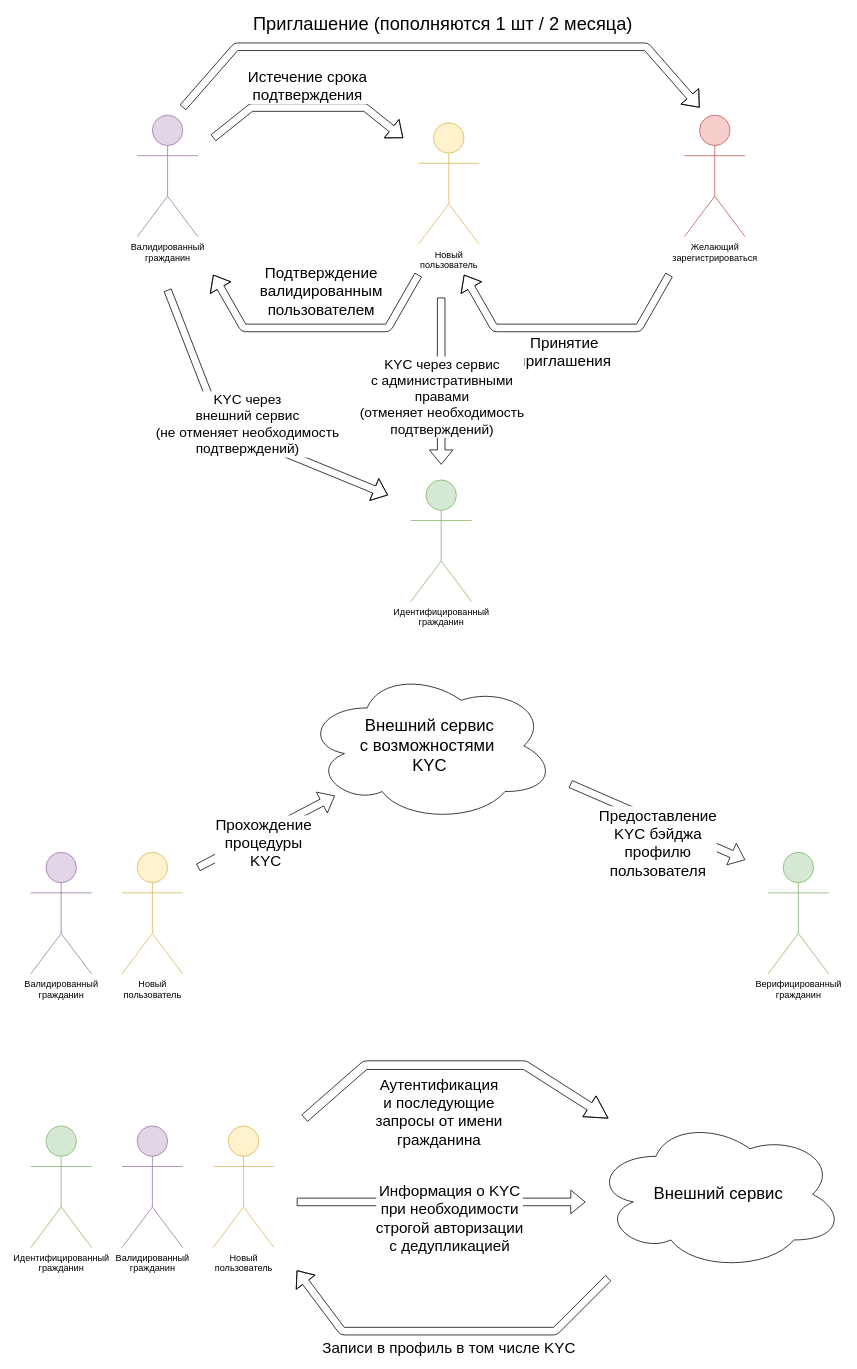
markvandal/ds.info keeps this draw.io diagram as page "How it works" (5 of 7) of architecture/crdesign.drawio. Above is the earlier version. Source tidied: cells renumbered, new cells numbered last; positions are measured from the earlier drawing's top-left corner, leaving out a move shared by most shapes. Both pictures are drawn from the tidied source at 76%, with x=0, y=0 at pixel (30, 46).
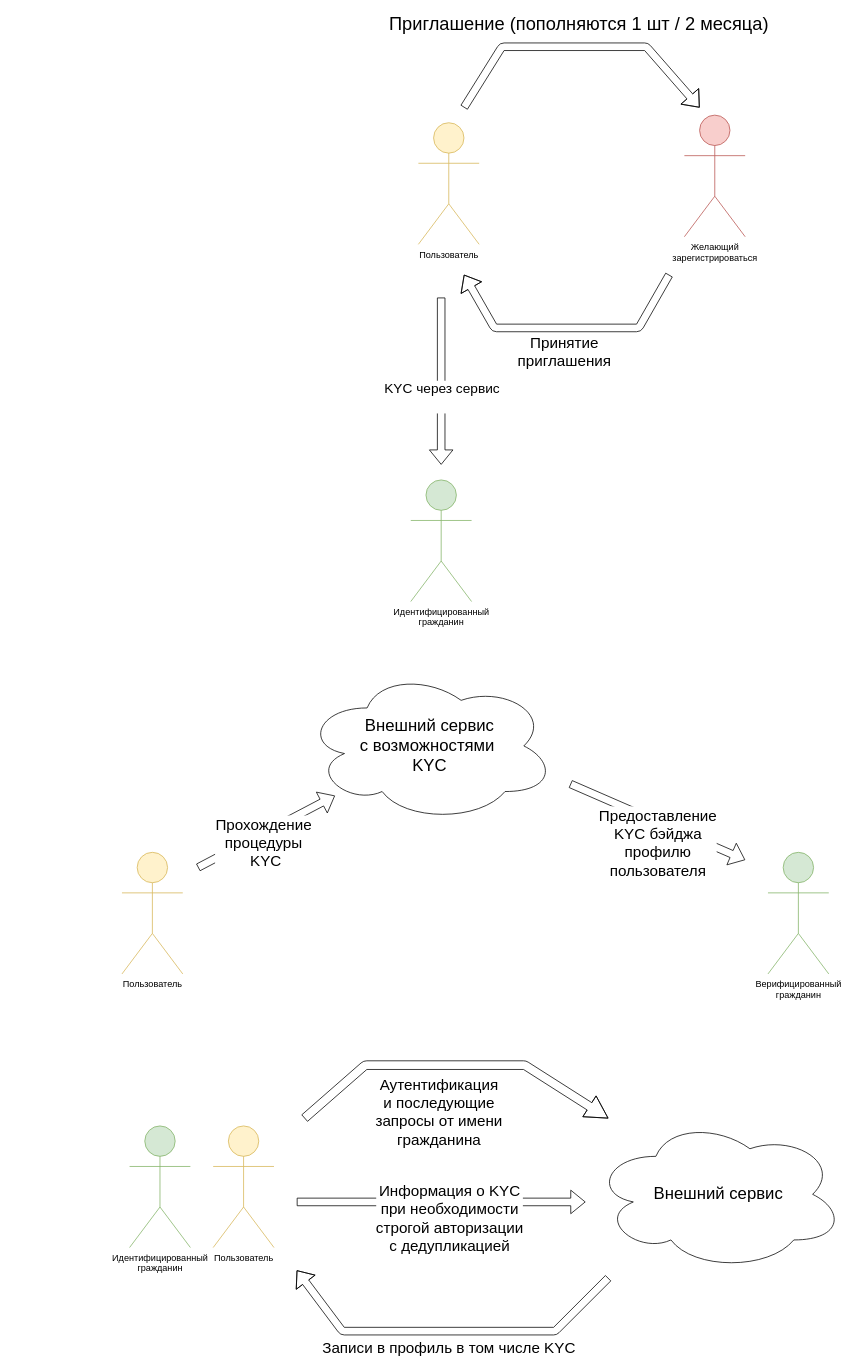
The same diagram, later.

Unchanged cells that the change refers to:
```xml
<mxCell id="12" style="shape=flexArrow;endArrow=classic;html=1;" parent="1" edge="1">
  <mxGeometry relative="1" as="geometry">
    <mxPoint x="540" y="330" as="sourcePoint" />
    <mxPoint x="540" y="550" as="targetPoint" />
  </mxGeometry>
</mxCell>
```

The edit, as a diff of the source:
```diff
@@
-    <mxCell id="2" value="Валидированный&lt;br&gt;гражданин" style="shape=umlActor;verticalLabelPosition=bottom;verticalAlign=top;html=1;fillColor=#e1d5e7;strokeColor=#9673a6;" parent="1" vertex="1">
-      <mxGeometry x="140" y="90" width="80" height="160" as="geometry" />
-    </mxCell>
@@
-    <mxCell id="4" value="Новый&lt;br&gt;пользователь" style="shape=umlActor;verticalLabelPosition=bottom;verticalAlign=top;html=1;fillColor=#fff2cc;strokeColor=#d6b656;" parent="1" vertex="1">
+    <mxCell id="4" value="Пользователь" style="shape=umlActor;verticalLabelPosition=bottom;verticalAlign=top;html=1;fillColor=#fff2cc;strokeColor=#d6b656;" parent="1" vertex="1">
       <mxGeometry x="120" y="1060" width="80" height="160" as="geometry" />
     </mxCell>
     <mxCell id="5" style="curved=1;endArrow=classic;html=1;shape=flexArrow;" parent="1" edge="1">
       <mxGeometry relative="1" as="geometry">
-        <mxPoint x="200" y="80" as="sourcePoint" />
+        <mxPoint x="570" y="80" as="sourcePoint" />
         <mxPoint x="880" y="80" as="targetPoint" />
         <Array as="points">
-          <mxPoint x="270" />
+          <mxPoint x="620" />
           <mxPoint x="810" />
         </Array>
       </mxGeometry>
     </mxCell>
@@
-    <mxCell id="9" style="curved=1;endArrow=classic;html=1;shape=flexArrow;" parent="1" edge="1">
-      <mxGeometry relative="1" as="geometry">
-        <mxPoint x="510" y="300" as="sourcePoint" />
-        <mxPoint x="240" y="300" as="targetPoint" />
-        <Array as="points">
-          <mxPoint x="470" y="370" />
-          <mxPoint x="280" y="370" />
-        </Array>
-      </mxGeometry>
-    </mxCell>
-    <mxCell id="10" value="&lt;font style=&quot;font-size: 20px&quot;&gt;Подтверждение&lt;br&gt;валидированным &lt;br&gt;пользователем&lt;/font&gt;" style="edgeLabel;html=1;align=center;verticalAlign=middle;" parent="9" vertex="1">
-      <mxGeometry x="0.02" y="4" relative="1" as="geometry">
-        <mxPoint x="9.4" y="-54" as="offset" />
-      </mxGeometry>
-    </mxCell>
@@
-    <mxCell id="13" value="&lt;font style=&quot;font-size: 18px&quot;&gt;KYC через сервис&lt;br&gt;с административными&lt;br&gt;правами&lt;br&gt;(отменяет необходимость &lt;br&gt;подтверждений)&lt;br&gt;&lt;/font&gt;" style="edgeLabel;html=1;align=center;verticalAlign=middle;" parent="12" vertex="1">
+    <mxCell id="13" value="&lt;font style=&quot;font-size: 18px&quot;&gt;KYC через сервис&lt;br&gt;&lt;br&gt;&lt;/font&gt;" style="edgeLabel;html=1;align=center;verticalAlign=middle;" parent="12" vertex="1">
       <mxGeometry x="0.33" y="1" relative="1" as="geometry">
         <mxPoint x="-1" y="-16" as="offset" />
       </mxGeometry>
     </mxCell>
-    <mxCell id="14" style="shape=flexArrow;endArrow=classic;html=1;" parent="1" edge="1">
-      <mxGeometry relative="1" as="geometry">
-        <mxPoint x="180" y="320" as="sourcePoint" />
-        <mxPoint x="470" y="590" as="targetPoint" />
-        <Array as="points">
-          <mxPoint x="250" y="500" />
-        </Array>
-      </mxGeometry>
-    </mxCell>
-    <mxCell id="15" value="&lt;font style=&quot;font-size: 18px&quot;&gt;KYC через &lt;br&gt;внешний сервис&lt;br&gt;(не отменяет необходимость&lt;br&gt;подтверждений)&lt;br&gt;&lt;/font&gt;" style="edgeLabel;html=1;align=center;verticalAlign=middle;" parent="14" vertex="1">
-      <mxGeometry x="0.33" y="1" relative="1" as="geometry">
-        <mxPoint x="-53.2" y="-38.5" as="offset" />
-      </mxGeometry>
-    </mxCell>
-    <mxCell id="16" value="Новый&lt;br&gt;пользователь" style="shape=umlActor;verticalLabelPosition=bottom;verticalAlign=top;html=1;fillColor=#fff2cc;strokeColor=#d6b656;" parent="1" vertex="1">
+    <mxCell id="16" value="Пользователь" style="shape=umlActor;verticalLabelPosition=bottom;verticalAlign=top;html=1;fillColor=#fff2cc;strokeColor=#d6b656;" parent="1" vertex="1">
       <mxGeometry x="510" y="100" width="80" height="160" as="geometry" />
     </mxCell>
-    <mxCell id="17" value="Валидированный&lt;br&gt;гражданин" style="shape=umlActor;verticalLabelPosition=bottom;verticalAlign=top;html=1;fillColor=#e1d5e7;strokeColor=#9673a6;" parent="1" vertex="1">
-      <mxGeometry y="1060" width="80" height="160" as="geometry" />
-    </mxCell>
@@
     <mxCell id="29" value="Идентифицированный&lt;br&gt;гражданин" style="shape=umlActor;verticalLabelPosition=bottom;verticalAlign=top;html=1;fillColor=#d5e8d4;strokeColor=#82b366;" parent="1" vertex="1">
-      <mxGeometry y="1420" width="80" height="160" as="geometry" />
+      <mxGeometry x="130" y="1420" width="80" height="160" as="geometry" />
     </mxCell>
@@
-    <mxCell id="32" value="Новый&lt;br&gt;пользователь" style="shape=umlActor;verticalLabelPosition=bottom;verticalAlign=top;html=1;fillColor=#fff2cc;strokeColor=#d6b656;" parent="1" vertex="1">
+    <mxCell id="32" value="Пользователь" style="shape=umlActor;verticalLabelPosition=bottom;verticalAlign=top;html=1;fillColor=#fff2cc;strokeColor=#d6b656;" parent="1" vertex="1">
       <mxGeometry x="240" y="1420" width="80" height="160" as="geometry" />
     </mxCell>
-    <mxCell id="33" value="Валидированный&lt;br&gt;гражданин" style="shape=umlActor;verticalLabelPosition=bottom;verticalAlign=top;html=1;fillColor=#e1d5e7;strokeColor=#9673a6;" parent="1" vertex="1">
-      <mxGeometry x="120" y="1420" width="80" height="160" as="geometry" />
-    </mxCell>
-    <mxCell id="34" style="curved=1;endArrow=classic;html=1;fontSize=20;shape=flexArrow;" parent="1" edge="1">
-      <mxGeometry relative="1" as="geometry">
-        <mxPoint x="240" y="120" as="sourcePoint" />
-        <mxPoint x="490" y="120" as="targetPoint" />
-        <Array as="points">
-          <mxPoint x="290" y="80" />
-          <mxPoint x="440" y="80" />
-        </Array>
-      </mxGeometry>
-    </mxCell>
-    <mxCell id="35" value="Истечение срока&lt;br&gt;подтверждения" style="edgeLabel;html=1;align=center;verticalAlign=middle;fontSize=20;" parent="34" vertex="1">
-      <mxGeometry x="-0.01" y="-1" relative="1" as="geometry">
-        <mxPoint y="-31" as="offset" />
-      </mxGeometry>
-    </mxCell>
```
